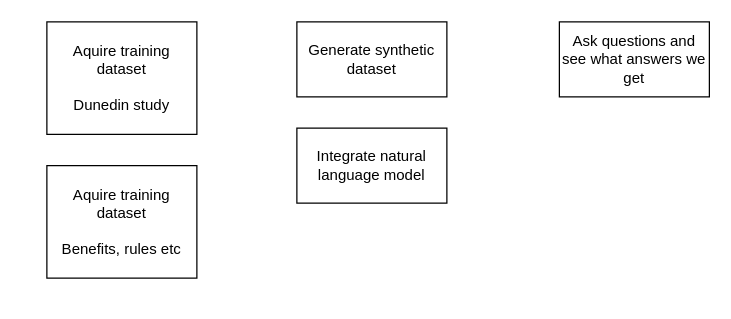
Earlier version of the draw.io diagram master-plan.drawio (cgbarlow/synth-soc). Source tidied: cells renumbered, new cells numbered last; positions are measured from the earlier drawing's top-left corner, leaving out a move shared by most shapes. Both pictures are drawn from the tidied source at 125%, with x=0, y=0 at pixel (46, 21).
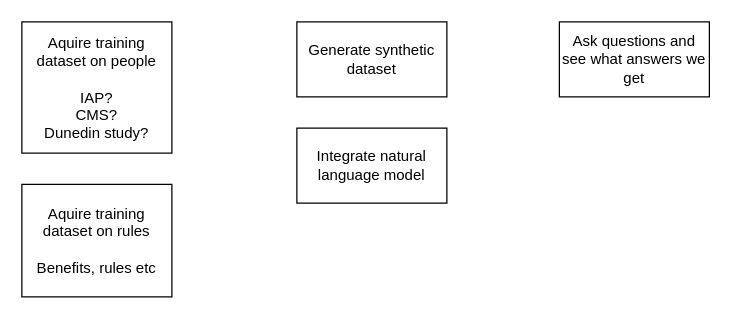
After the change.

The edit, as a diff of the source:
```diff
@@
 <mxGraphModel>
   <root>
     <mxCell id="0" />
     <mxCell id="1" parent="0" />
     <mxCell id="2" value="Generate synthetic dataset" style="rounded=0;whiteSpace=wrap;html=1;" parent="1" vertex="1">
       <mxGeometry x="200" width="120" height="60" as="geometry" />
     </mxCell>
-    <mxCell id="3" value="Aquire training dataset&lt;br&gt;&lt;br&gt;Dunedin study&lt;br&gt;" style="rounded=0;whiteSpace=wrap;html=1;" parent="1" vertex="1">
-      <mxGeometry width="120" height="90" as="geometry" />
+    <mxCell id="3" value="Aquire training dataset on people&lt;br&gt;&lt;br&gt;IAP?&lt;br&gt;CMS?&lt;br&gt;Dunedin study?" style="rounded=0;whiteSpace=wrap;html=1;" parent="1" vertex="1">
+      <mxGeometry x="-20" width="120" height="105" as="geometry" />
     </mxCell>
     <mxCell id="4" value="Integrate natural language model" style="rounded=0;whiteSpace=wrap;html=1;" parent="1" vertex="1">
       <mxGeometry x="200" y="85" width="120" height="60" as="geometry" />
     </mxCell>
     <mxCell id="5" value="Ask questions and see what answers we get" style="rounded=0;whiteSpace=wrap;html=1;" parent="1" vertex="1">
       <mxGeometry x="410" width="120" height="60" as="geometry" />
     </mxCell>
-    <mxCell id="6" value="Aquire training dataset&lt;br&gt;&lt;br&gt;Benefits, rules etc" style="rounded=0;whiteSpace=wrap;html=1;" parent="1" vertex="1">
-      <mxGeometry y="115" width="120" height="90" as="geometry" />
+    <mxCell id="6" value="Aquire training dataset on rules&lt;br&gt;&lt;br&gt;Benefits, rules etc" style="rounded=0;whiteSpace=wrap;html=1;" parent="1" vertex="1">
+      <mxGeometry x="-20" y="130" width="120" height="90" as="geometry" />
     </mxCell>
   </root>
 </mxGraphModel>
```
